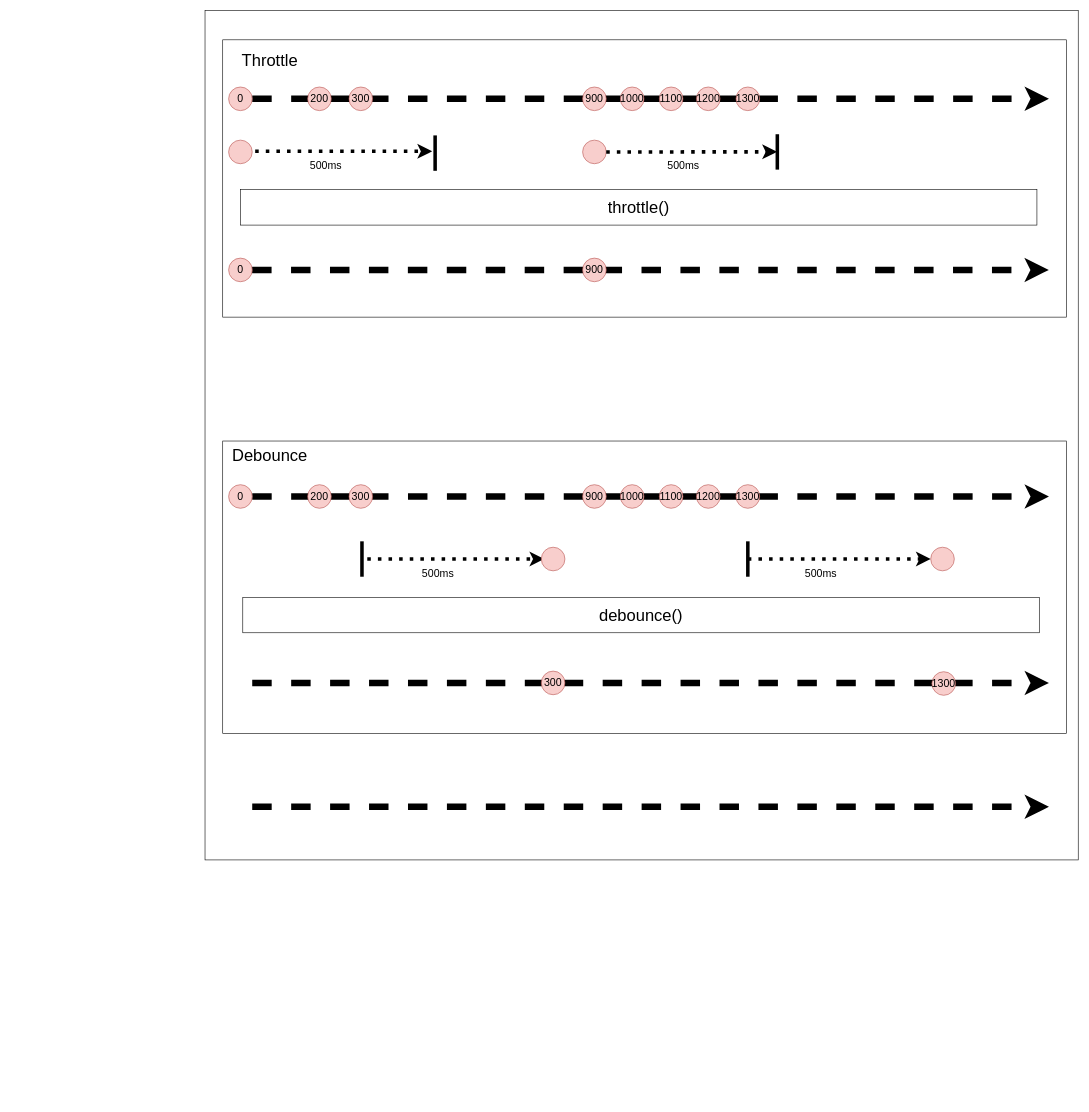
Earlier version of the draw.io diagram diagrams/EventFunction.drawio (50ra4/react-carousel-sample). Source tidied: cells renumbered, new cells numbered last; positions are measured from the earlier drawing's top-left corner, leaving out a move shared by most shapes. Both pictures are drawn from the tidied source at 59%, with x=0, y=0 at pixel (205, 10).
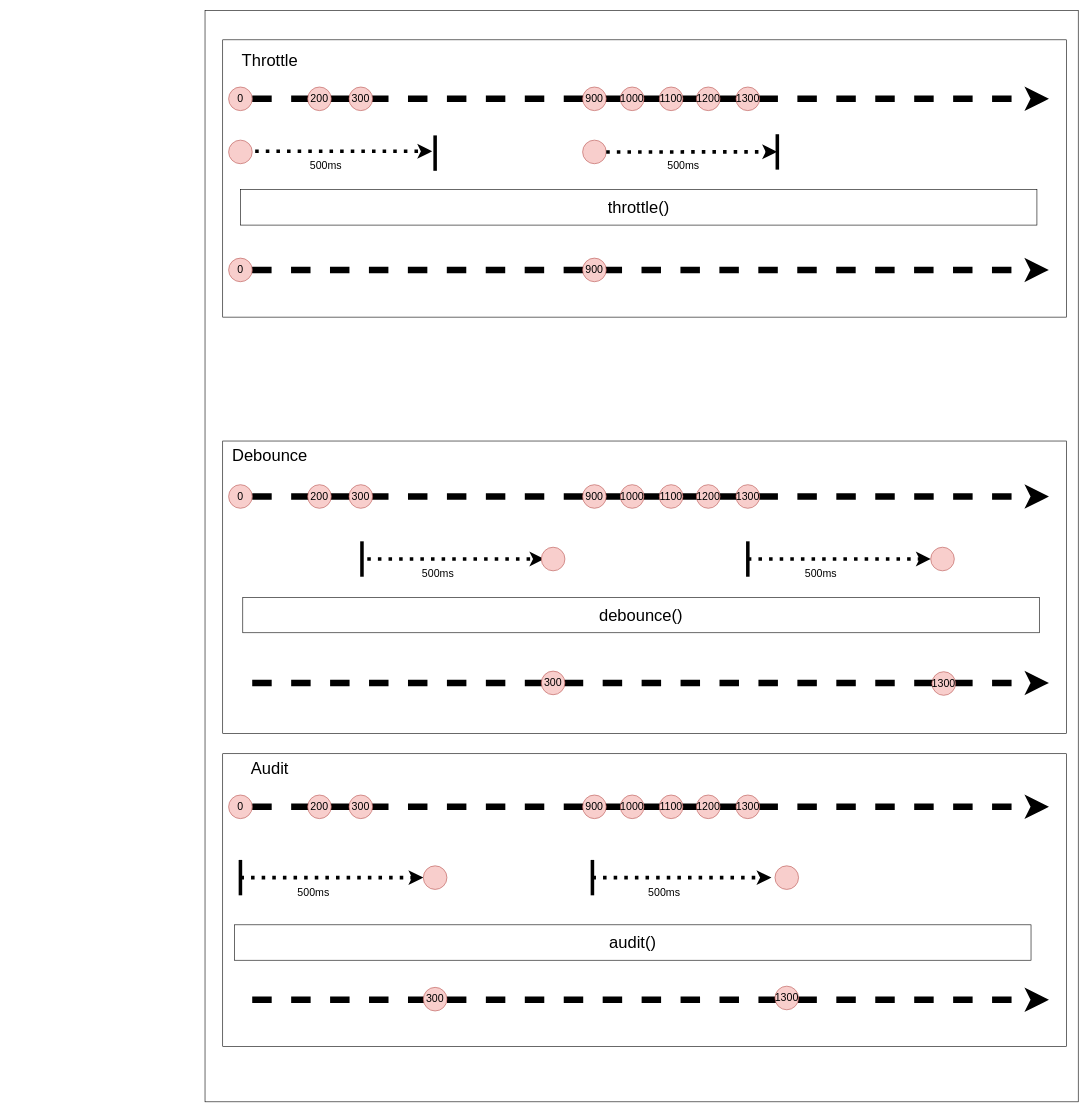
The same diagram, later.

What changed in the source:
```diff
@@
     <mxCell id="2" style="rounded=0;whiteSpace=wrap;html=1;" parent="1" vertex="1">
-      <mxGeometry width="1480" height="1440" as="geometry" />
+      <mxGeometry width="1480" height="1850" as="geometry" />
     </mxCell>
+    <mxCell id="62" style="group;" parent="1" vertex="1">
+      <mxGeometry x="30" y="730" width="1430" height="496" as="geometry" />
+    </mxCell>
+    <mxCell id="28" style="rounded=0;whiteSpace=wrap;html=1;fontSize=11;" parent="62" vertex="1">
+      <mxGeometry width="1430" height="496" as="geometry" />
+    </mxCell>
+    <mxCell id="29" value="Debounce" style="text;html=1;strokeColor=none;fillColor=none;align=center;verticalAlign=middle;whiteSpace=wrap;rounded=0;fontSize=28;" parent="62" vertex="1">
+      <mxGeometry width="160" height="50" as="geometry" />
+    </mxCell>
@@
-    <mxCell id="5" style="endArrow=classic;html=1;fontSize=36;dashed=1;strokeWidth=11;entryX=0.979;entryY=0.36;entryDx=0;entryDy=0;entryPerimeter=0;exitX=0.028;exitY=0.36;exitDx=0;exitDy=0;exitPerimeter=0;" parent="1" edge="1">
-      <mxGeometry relative="1" as="geometry">
-        <mxPoint x="80" y="1350" as="sourcePoint" />
-        <mxPoint x="1430.4" y="1350" as="targetPoint" />
-        <Array as="points">
-          <mxPoint x="1002.2" y="1350" />
-        </Array>
-      </mxGeometry>
-    </mxCell>
@@
-    <mxCell id="28" style="rounded=0;whiteSpace=wrap;html=1;fontSize=11;" parent="1" vertex="1">
-      <mxGeometry x="30" y="730" width="1430" height="496" as="geometry" />
-    </mxCell>
-    <mxCell id="29" value="Debounce" style="text;html=1;strokeColor=none;fillColor=none;align=center;verticalAlign=middle;whiteSpace=wrap;rounded=0;fontSize=28;" parent="1" vertex="1">
-      <mxGeometry x="30" y="730" width="160" height="50" as="geometry" />
-    </mxCell>
@@
+    <mxCell id="63" style="group;" parent="1" vertex="1">
+      <mxGeometry x="30" y="1260" width="1430" height="496" as="geometry" />
+    </mxCell>
+    <mxCell id="64" style="rounded=0;whiteSpace=wrap;html=1;fontSize=11;" parent="63" vertex="1">
+      <mxGeometry width="1430" height="496" as="geometry" />
+    </mxCell>
+    <mxCell id="65" value="Audit" style="text;html=1;strokeColor=none;fillColor=none;align=center;verticalAlign=middle;whiteSpace=wrap;rounded=0;fontSize=28;" parent="63" vertex="1">
+      <mxGeometry width="160" height="50" as="geometry" />
+    </mxCell>
+    <mxCell id="5" style="endArrow=classic;html=1;fontSize=36;dashed=1;strokeWidth=11;entryX=0.979;entryY=0.36;entryDx=0;entryDy=0;entryPerimeter=0;exitX=0.028;exitY=0.36;exitDx=0;exitDy=0;exitPerimeter=0;" parent="63" edge="1">
+      <mxGeometry relative="1" as="geometry">
+        <mxPoint x="50" y="417" as="sourcePoint" />
+        <mxPoint x="1400.4" y="417" as="targetPoint" />
+        <Array as="points">
+          <mxPoint x="972.2" y="417" />
+        </Array>
+      </mxGeometry>
+    </mxCell>
+    <mxCell id="66" style="ellipse;whiteSpace=wrap;html=1;fontSize=18;fillColor=#f8cecc;strokeColor=#b85450;" parent="63" vertex="1">
+      <mxGeometry x="340" y="190" width="40" height="40" as="geometry" />
+    </mxCell>
+    <mxCell id="67" style="group;" parent="63" vertex="1">
+      <mxGeometry x="245" y="190" width="685" height="70" as="geometry" />
+    </mxCell>
+    <mxCell id="68" style="group;" parent="67" vertex="1">
+      <mxGeometry x="381.6" y="20" width="303.4" height="40" as="geometry" />
+    </mxCell>
+    <mxCell id="69" value="500ms" style="text;html=1;strokeColor=none;fillColor=none;align=center;verticalAlign=middle;whiteSpace=wrap;rounded=0;fontSize=18;" parent="68" vertex="1">
+      <mxGeometry x="91" y="10" width="60.7" height="30" as="geometry" />
+    </mxCell>
+    <mxCell id="70" style="endArrow=classic;html=1;fontSize=18;strokeWidth=6;dashed=1;dashPattern=1 2;" parent="68" edge="1">
+      <mxGeometry relative="1" as="geometry">
+        <mxPoint as="sourcePoint" />
+        <mxPoint x="303.4" as="targetPoint" />
+      </mxGeometry>
+    </mxCell>
+    <mxCell id="71" style="endArrow=none;html=1;fontSize=28;strokeWidth=6;" parent="68" edge="1">
+      <mxGeometry relative="1" as="geometry">
+        <mxPoint y="30" as="sourcePoint" />
+        <mxPoint y="-30" as="targetPoint" />
+      </mxGeometry>
+    </mxCell>
+    <mxCell id="72" style="ellipse;whiteSpace=wrap;html=1;fontSize=18;fillColor=#f8cecc;strokeColor=#b85450;" parent="63" vertex="1">
+      <mxGeometry x="936" y="190" width="40" height="40" as="geometry" />
+    </mxCell>
+    <mxCell id="73" value="&lt;font style=&quot;font-size: 28px&quot;&gt;audit()&lt;/font&gt;" style="rounded=0;whiteSpace=wrap;html=1;fontSize=18;" parent="63" vertex="1">
+      <mxGeometry x="20" y="290" width="1350" height="60" as="geometry" />
+    </mxCell>
+    <mxCell id="74" value="300" style="ellipse;whiteSpace=wrap;html=1;fontSize=18;fillColor=#f8cecc;strokeColor=#b85450;" parent="63" vertex="1">
+      <mxGeometry x="340" y="396" width="40" height="40" as="geometry" />
+    </mxCell>
+    <mxCell id="75" value="1300" style="ellipse;whiteSpace=wrap;html=1;fontSize=18;fillColor=#f8cecc;strokeColor=#b85450;" parent="63" vertex="1">
+      <mxGeometry x="936" y="394" width="40" height="40" as="geometry" />
+    </mxCell>
+    <mxCell id="76" style="group;" parent="1" vertex="1">
+      <mxGeometry x="40" y="1330" width="962.2" height="40" as="geometry" />
+    </mxCell>
+    <mxCell id="77" style="endArrow=classic;html=1;fontSize=36;dashed=1;strokeWidth=11;entryX=0.979;entryY=0.36;entryDx=0;entryDy=0;entryPerimeter=0;exitX=0.028;exitY=0.36;exitDx=0;exitDy=0;exitPerimeter=0;" parent="76" edge="1">
+      <mxGeometry relative="1" as="geometry">
+        <mxPoint x="40" y="20" as="sourcePoint" />
+        <mxPoint x="1390.4" y="20" as="targetPoint" />
+        <Array as="points">
+          <mxPoint x="962.2" y="20" />
+        </Array>
+      </mxGeometry>
+    </mxCell>
+    <mxCell id="78" value="0" style="ellipse;whiteSpace=wrap;html=1;fontSize=18;fillColor=#f8cecc;strokeColor=#b85450;" parent="76" vertex="1">
+      <mxGeometry width="40" height="40" as="geometry" />
+    </mxCell>
+    <mxCell id="79" value="200" style="ellipse;whiteSpace=wrap;html=1;fontSize=18;fillColor=#f8cecc;strokeColor=#b85450;" parent="76" vertex="1">
+      <mxGeometry x="134" width="40" height="40" as="geometry" />
+    </mxCell>
+    <mxCell id="80" value="300" style="ellipse;whiteSpace=wrap;html=1;fontSize=18;fillColor=#f8cecc;strokeColor=#b85450;" parent="76" vertex="1">
+      <mxGeometry x="204" width="40" height="40" as="geometry" />
+    </mxCell>
+    <mxCell id="81" value="1200" style="ellipse;whiteSpace=wrap;html=1;fontSize=18;fillColor=#f8cecc;strokeColor=#b85450;" parent="76" vertex="1">
+      <mxGeometry x="793" width="40" height="40" as="geometry" />
+    </mxCell>
+    <mxCell id="82" value="1100" style="ellipse;whiteSpace=wrap;html=1;fontSize=18;fillColor=#f8cecc;strokeColor=#b85450;" parent="76" vertex="1">
+      <mxGeometry x="730" width="40" height="40" as="geometry" />
+    </mxCell>
+    <mxCell id="83" value="1000" style="ellipse;whiteSpace=wrap;html=1;fontSize=18;fillColor=#f8cecc;strokeColor=#b85450;" parent="76" vertex="1">
+      <mxGeometry x="664" width="40" height="40" as="geometry" />
+    </mxCell>
+    <mxCell id="84" value="900" style="ellipse;whiteSpace=wrap;html=1;fontSize=18;fillColor=#f8cecc;strokeColor=#b85450;" parent="76" vertex="1">
+      <mxGeometry x="600" width="40" height="40" as="geometry" />
+    </mxCell>
+    <mxCell id="85" value="1300" style="ellipse;whiteSpace=wrap;html=1;fontSize=18;fillColor=#f8cecc;strokeColor=#b85450;" parent="76" vertex="1">
+      <mxGeometry x="860" width="40" height="40" as="geometry" />
+    </mxCell>
+    <mxCell id="86" style="group;" parent="1" vertex="1">
+      <mxGeometry x="-330" y="1450" width="700" height="70" as="geometry" />
+    </mxCell>
+    <mxCell id="87" style="group;" parent="86" vertex="1">
+      <mxGeometry x="390" y="20" width="310" height="40" as="geometry" />
+    </mxCell>
+    <mxCell id="88" value="500ms" style="text;html=1;strokeColor=none;fillColor=none;align=center;verticalAlign=middle;whiteSpace=wrap;rounded=0;fontSize=18;" parent="87" vertex="1">
+      <mxGeometry x="93" y="10" width="62" height="30" as="geometry" />
+    </mxCell>
+    <mxCell id="89" style="endArrow=classic;html=1;fontSize=18;strokeWidth=6;dashed=1;dashPattern=1 2;" parent="87" edge="1">
+      <mxGeometry relative="1" as="geometry">
+        <mxPoint as="sourcePoint" />
+        <mxPoint x="310" as="targetPoint" />
+      </mxGeometry>
+    </mxCell>
+    <mxCell id="90" style="endArrow=none;html=1;fontSize=28;strokeWidth=6;" parent="87" edge="1">
+      <mxGeometry relative="1" as="geometry">
+        <mxPoint y="30" as="sourcePoint" />
+        <mxPoint y="-30" as="targetPoint" />
+      </mxGeometry>
+    </mxCell>
```
